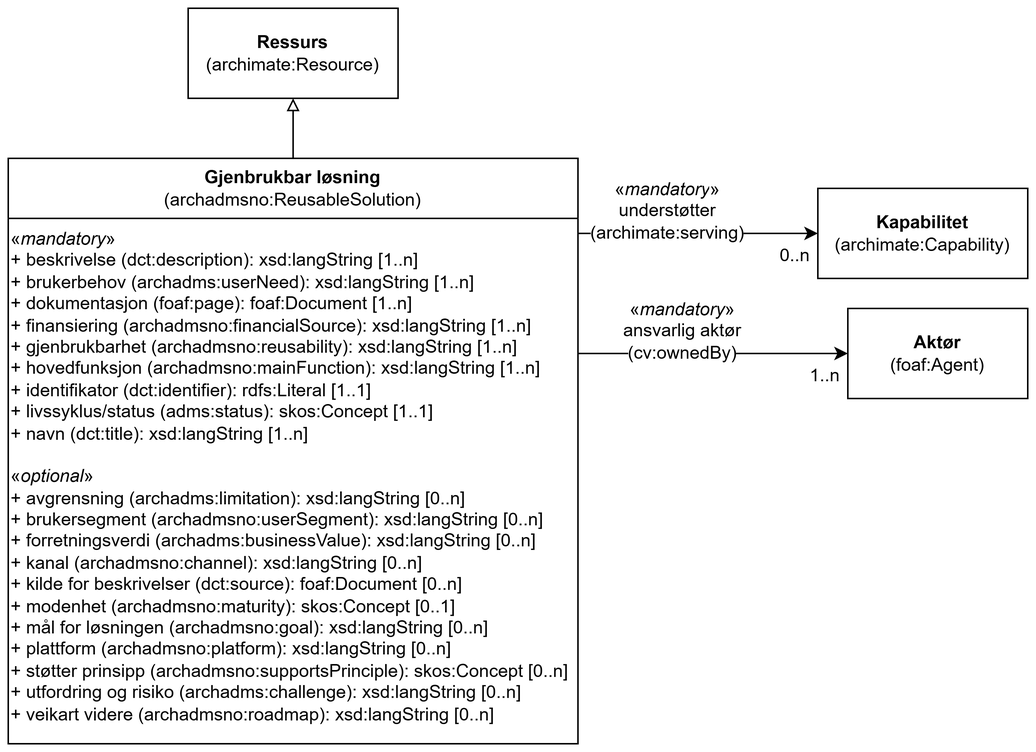
The draw.io diagram archadms-ap-no/docs/images/KlassenReusableSolution.png in jimjyang/playground, before a commit. Source tidied: cells renumbered, new cells last; positions are measured from the earlier drawing's top-left corner, leaving out a move shared by most shapes. Its diagram source:
```xml
<mxGraphModel>
  <root>
    <mxCell id="0" />
    <mxCell id="1" parent="0" />
    <mxCell id="2" value="&lt;div&gt;&lt;span style=&quot;background-color: transparent; color: light-dark(rgb(0, 0, 0), rgb(255, 255, 255));&quot;&gt;Gjenbrukbar løsning&lt;/span&gt;&lt;/div&gt;&lt;div&gt;&lt;span style=&quot;font-weight: normal; background-color: transparent; color: light-dark(rgb(0, 0, 0), rgb(255, 255, 255));&quot;&gt;(archadmsno:ReusableSolution)&lt;/span&gt;&lt;/div&gt;" style="swimlane;whiteSpace=wrap;html=1;startSize=40;" parent="1" vertex="1">
      <mxGeometry y="100" width="380" height="390" as="geometry" />
    </mxCell>
    <mxCell id="3" value="&lt;div&gt;«&lt;i&gt;mandatory&lt;/i&gt;»&lt;/div&gt;&lt;div&gt;+ beskrivelse (dct:description): &lt;span style=&quot;background-color: transparent; color: light-dark(rgb(0, 0, 0), rgb(255, 255, 255));&quot;&gt;xsd:langString [1..n]&lt;/span&gt;&lt;/div&gt;&lt;div&gt;&lt;span style=&quot;background-color: transparent; color: light-dark(rgb(0, 0, 0), rgb(255, 255, 255));&quot;&gt;+ brukerbehov (archadms:userNeed): xsd:langString [1..n]&lt;/span&gt;&lt;/div&gt;&lt;div&gt;&lt;span style=&quot;background-color: transparent; color: light-dark(rgb(0, 0, 0), rgb(255, 255, 255));&quot;&gt;+ dokumentasjon (foaf:page): foaf:Document [1..n]&lt;/span&gt;&lt;/div&gt;&lt;div&gt;&lt;span style=&quot;background-color: transparent; color: light-dark(rgb(0, 0, 0), rgb(255, 255, 255));&quot;&gt;+ finansiering (archadmsno:financialSource):&amp;nbsp;&lt;/span&gt;&lt;span style=&quot;background-color: transparent; color: light-dark(rgb(0, 0, 0), rgb(255, 255, 255));&quot;&gt;xsd:langString [1..n]&lt;/span&gt;&lt;/div&gt;&lt;div&gt;+ gjenbrukbarhet (archadmsno:reusability):&amp;nbsp;&lt;span style=&quot;background-color: transparent; color: light-dark(rgb(0, 0, 0), rgb(255, 255, 255));&quot;&gt;xsd:langString [1..n]&lt;/span&gt;&lt;/div&gt;&lt;div&gt;&lt;span style=&quot;background-color: transparent; color: light-dark(rgb(0, 0, 0), rgb(255, 255, 255));&quot;&gt;+ hovedfunksjon (archadmsno:mainFunction): xsd:langString [1..n]&lt;/span&gt;&lt;/div&gt;&lt;div&gt;+ identifikator (dct:identifier): rdfs:Literal [1..1]&lt;/div&gt;&lt;div&gt;&lt;span style=&quot;background-color: transparent; color: light-dark(rgb(0, 0, 0), rgb(255, 255, 255));&quot;&gt;+ livssyklus/status (adms:status): skos:Concept [1..1]&lt;/span&gt;&lt;/div&gt;&lt;div&gt;&lt;div&gt;&lt;div&gt;+ navn (dct:title): xsd:langString [1..n]&lt;/div&gt;&lt;div&gt;&lt;br&gt;&lt;/div&gt;&lt;/div&gt;&lt;/div&gt;&lt;div&gt;&lt;div&gt;«&lt;i&gt;optional&lt;/i&gt;»&lt;/div&gt;&lt;/div&gt;&lt;div&gt;+ avgrensning (archadms:limitation): xsd:langString [0..n]&lt;/div&gt;&lt;div&gt;+ brukersegment (archadmsno:userSegment): xsd:langString [0..n]&lt;/div&gt;&lt;div&gt;+ forretningsverdi (archadms:businessValue): xsd:langString [0..n]&lt;/div&gt;&lt;div&gt;+ kanal (archadmsno:channel):&amp;nbsp;&lt;span style=&quot;background-color: transparent; color: light-dark(rgb(0, 0, 0), rgb(255, 255, 255));&quot;&gt;xsd:langString [0..n]&lt;/span&gt;&lt;/div&gt;&lt;div&gt;&lt;span style=&quot;background-color: transparent; color: light-dark(rgb(0, 0, 0), rgb(255, 255, 255));&quot;&gt;+ kilde for beskrivelser (dct:source): foaf:Document [0..n]&lt;/span&gt;&lt;/div&gt;&lt;div&gt;&lt;div&gt;+ modenhet (archadmsno:maturity): skos:Concept [0..1]&lt;/div&gt;&lt;div&gt;+ mål for løsningen (archadmsno:goal): xsd:langString [0..n]&lt;/div&gt;&lt;/div&gt;&lt;div&gt;+ plattform (archadmsno:platform):&amp;nbsp;&lt;span style=&quot;background-color: transparent; color: light-dark(rgb(0, 0, 0), rgb(255, 255, 255));&quot;&gt;xsd:langString [0..n]&lt;/span&gt;&lt;/div&gt;&lt;div&gt;&lt;span style=&quot;background-color: transparent; color: light-dark(rgb(0, 0, 0), rgb(255, 255, 255));&quot;&gt;+ støtter prinsipp (archadmsno:supportsPrinciple): skos:Concept [0..n]&lt;/span&gt;&lt;/div&gt;&lt;div&gt;+ utfordring og risiko (archadms:challenge):&amp;nbsp;&lt;span style=&quot;background-color: transparent; color: light-dark(rgb(0, 0, 0), rgb(255, 255, 255));&quot;&gt;xsd:langString [0..n]&lt;/span&gt;&lt;/div&gt;&lt;div&gt;+ veikart videre (archadmsno:roadmap):&amp;nbsp;&lt;span style=&quot;background-color: transparent; color: light-dark(rgb(0, 0, 0), rgb(255, 255, 255));&quot;&gt;xsd:langString [0..n]&lt;/span&gt;&lt;/div&gt;" style="text;html=1;whiteSpace=wrap;strokeColor=none;fillColor=none;align=left;verticalAlign=top;rounded=0;" parent="2" vertex="1">
      <mxGeometry y="40" width="380" height="350" as="geometry" />
    </mxCell>
    <mxCell id="4" style="endArrow=block;html=1;rounded=0;entryX=0.5;entryY=1;entryDx=0;entryDy=0;exitX=0.5;exitY=0;exitDx=0;exitDy=0;endFill=0;" parent="1" edge="1" source="2" target="5">
      <mxGeometry relative="1" as="geometry" />
    </mxCell>
    <mxCell id="5" value="&lt;b&gt;Ressurs&lt;/b&gt;&lt;div&gt;(archimate:Resource)&lt;/div&gt;" style="rounded=0;whiteSpace=wrap;html=1;" parent="1" vertex="1">
      <mxGeometry x="120" width="140" height="60" as="geometry" />
    </mxCell>
    <mxCell id="6" value="&lt;b&gt;Kapabilitet&lt;/b&gt;&lt;div&gt;(archimate:Capability)&lt;/div&gt;" style="rounded=0;whiteSpace=wrap;html=1;" parent="1" vertex="1">
      <mxGeometry x="540" y="120" width="140" height="60" as="geometry" />
    </mxCell>
    <mxCell id="7" style="endArrow=classic;html=1;rounded=0;entryX=0;entryY=0.5;entryDx=0;entryDy=0;" parent="1" edge="1" target="6">
      <mxGeometry relative="1" as="geometry">
        <mxPoint x="380" y="150" as="sourcePoint" />
      </mxGeometry>
    </mxCell>
    <mxCell id="8" value="&lt;span style=&quot;background-color: light-dark(#ffffff, var(--ge-dark-color, #121212));&quot;&gt;&lt;span style=&quot;text-align: left;&quot;&gt;«&lt;/span&gt;&lt;/span&gt;&lt;i style=&quot;text-align: left;&quot;&gt;mandatory&lt;/i&gt;&lt;span style=&quot;background-color: light-dark(#ffffff, var(--ge-dark-color, #121212));&quot;&gt;&lt;span style=&quot;text-align: left;&quot;&gt;»&lt;/span&gt;&lt;/span&gt;&lt;div&gt;&lt;span style=&quot;text-align: left; background-color: light-dark(#ffffff, var(--ge-dark-color, #121212));&quot;&gt;understøtter (archimate:serving)&lt;/span&gt;&lt;/div&gt;" style="text;html=1;whiteSpace=wrap;strokeColor=none;fillColor=none;align=center;verticalAlign=middle;rounded=0;" parent="1" vertex="1">
      <mxGeometry x="400" y="120" width="80" height="30" as="geometry" />
    </mxCell>
    <mxCell id="9" value="0..n" style="text;html=1;whiteSpace=wrap;strokeColor=none;fillColor=none;align=center;verticalAlign=middle;rounded=0;" parent="1" vertex="1">
      <mxGeometry x="510" y="150" width="30" height="30" as="geometry" />
    </mxCell>
    <mxCell id="10" value="&lt;b&gt;Aktør&lt;/b&gt;&lt;div&gt;(foaf:Agent)&lt;/div&gt;" style="rounded=0;whiteSpace=wrap;html=1;" parent="1" vertex="1">
      <mxGeometry x="560" y="200" width="120" height="60" as="geometry" />
    </mxCell>
    <mxCell id="11" style="endArrow=classic;html=1;rounded=0;entryX=0;entryY=0.5;entryDx=0;entryDy=0;" parent="1" edge="1" target="10">
      <mxGeometry relative="1" as="geometry">
        <mxPoint x="380" y="230" as="sourcePoint" />
      </mxGeometry>
    </mxCell>
    <mxCell id="12" value="&lt;span style=&quot;background-color: light-dark(#ffffff, var(--ge-dark-color, #121212));&quot;&gt;&lt;span style=&quot;text-align: left;&quot;&gt;«&lt;/span&gt;&lt;i style=&quot;text-align: left;&quot;&gt;mandatory&lt;/i&gt;&lt;span style=&quot;text-align: left;&quot;&gt;»&lt;/span&gt;&lt;/span&gt;&lt;div&gt;&lt;span style=&quot;text-align: left; background-color: light-dark(#ffffff, var(--ge-dark-color, #121212));&quot;&gt;ansvarlig aktør&lt;/span&gt;&lt;/div&gt;&lt;div&gt;&lt;span style=&quot;text-align: left; background-color: light-dark(#ffffff, var(--ge-dark-color, #121212));&quot;&gt;(cv:ownedBy)&lt;/span&gt;&lt;/div&gt;" style="text;html=1;whiteSpace=wrap;strokeColor=none;fillColor=none;align=center;verticalAlign=middle;rounded=0;" parent="1" vertex="1">
      <mxGeometry x="400" y="200" width="100" height="30" as="geometry" />
    </mxCell>
    <mxCell id="13" value="1..n" style="text;html=1;whiteSpace=wrap;strokeColor=none;fillColor=none;align=center;verticalAlign=middle;rounded=0;" parent="1" vertex="1">
      <mxGeometry x="530" y="230" width="30" height="30" as="geometry" />
    </mxCell>
  </root>
</mxGraphModel>
```
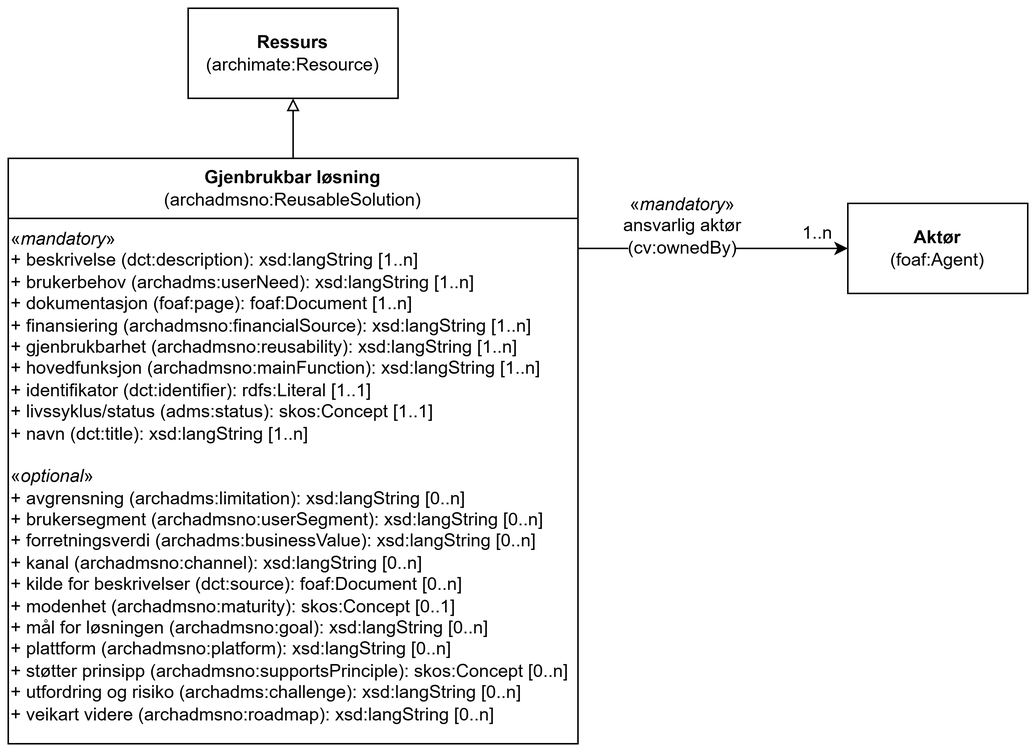
After the commit.

Commit message:
Oppdaterer tegningen for ReusableSolution

What changed in the source:
```diff
@@ -14,33 +14,19 @@
     <mxCell id="5" value="&lt;b&gt;Ressurs&lt;/b&gt;&lt;div&gt;(archimate:Resource)&lt;/div&gt;" style="rounded=0;whiteSpace=wrap;html=1;" parent="1" vertex="1">
       <mxGeometry x="120" width="140" height="60" as="geometry" />
     </mxCell>
-    <mxCell id="6" value="&lt;b&gt;Kapabilitet&lt;/b&gt;&lt;div&gt;(archimate:Capability)&lt;/div&gt;" style="rounded=0;whiteSpace=wrap;html=1;" parent="1" vertex="1">
-      <mxGeometry x="540" y="120" width="140" height="60" as="geometry" />
-    </mxCell>
-    <mxCell id="7" style="endArrow=classic;html=1;rounded=0;entryX=0;entryY=0.5;entryDx=0;entryDy=0;" parent="1" edge="1" target="6">
-      <mxGeometry relative="1" as="geometry">
-        <mxPoint x="380" y="150" as="sourcePoint" />
-      </mxGeometry>
-    </mxCell>
-    <mxCell id="8" value="&lt;span style=&quot;background-color: light-dark(#ffffff, var(--ge-dark-color, #121212));&quot;&gt;&lt;span style=&quot;text-align: left;&quot;&gt;«&lt;/span&gt;&lt;/span&gt;&lt;i style=&quot;text-align: left;&quot;&gt;mandatory&lt;/i&gt;&lt;span style=&quot;background-color: light-dark(#ffffff, var(--ge-dark-color, #121212));&quot;&gt;&lt;span style=&quot;text-align: left;&quot;&gt;»&lt;/span&gt;&lt;/span&gt;&lt;div&gt;&lt;span style=&quot;text-align: left; background-color: light-dark(#ffffff, var(--ge-dark-color, #121212));&quot;&gt;understøtter (archimate:serving)&lt;/span&gt;&lt;/div&gt;" style="text;html=1;whiteSpace=wrap;strokeColor=none;fillColor=none;align=center;verticalAlign=middle;rounded=0;" parent="1" vertex="1">
-      <mxGeometry x="400" y="120" width="80" height="30" as="geometry" />
-    </mxCell>
-    <mxCell id="9" value="0..n" style="text;html=1;whiteSpace=wrap;strokeColor=none;fillColor=none;align=center;verticalAlign=middle;rounded=0;" parent="1" vertex="1">
-      <mxGeometry x="510" y="150" width="30" height="30" as="geometry" />
-    </mxCell>
     <mxCell id="10" value="&lt;b&gt;Aktør&lt;/b&gt;&lt;div&gt;(foaf:Agent)&lt;/div&gt;" style="rounded=0;whiteSpace=wrap;html=1;" parent="1" vertex="1">
-      <mxGeometry x="560" y="200" width="120" height="60" as="geometry" />
+      <mxGeometry x="560" y="130" width="120" height="60" as="geometry" />
     </mxCell>
     <mxCell id="11" style="endArrow=classic;html=1;rounded=0;entryX=0;entryY=0.5;entryDx=0;entryDy=0;" parent="1" edge="1" target="10">
       <mxGeometry relative="1" as="geometry">
-        <mxPoint x="380" y="230" as="sourcePoint" />
+        <mxPoint x="380" y="160" as="sourcePoint" />
       </mxGeometry>
     </mxCell>
     <mxCell id="12" value="&lt;span style=&quot;background-color: light-dark(#ffffff, var(--ge-dark-color, #121212));&quot;&gt;&lt;span style=&quot;text-align: left;&quot;&gt;«&lt;/span&gt;&lt;i style=&quot;text-align: left;&quot;&gt;mandatory&lt;/i&gt;&lt;span style=&quot;text-align: left;&quot;&gt;»&lt;/span&gt;&lt;/span&gt;&lt;div&gt;&lt;span style=&quot;text-align: left; background-color: light-dark(#ffffff, var(--ge-dark-color, #121212));&quot;&gt;ansvarlig aktør&lt;/span&gt;&lt;/div&gt;&lt;div&gt;&lt;span style=&quot;text-align: left; background-color: light-dark(#ffffff, var(--ge-dark-color, #121212));&quot;&gt;(cv:ownedBy)&lt;/span&gt;&lt;/div&gt;" style="text;html=1;whiteSpace=wrap;strokeColor=none;fillColor=none;align=center;verticalAlign=middle;rounded=0;" parent="1" vertex="1">
-      <mxGeometry x="400" y="200" width="100" height="30" as="geometry" />
+      <mxGeometry x="400" y="130" width="100" height="30" as="geometry" />
     </mxCell>
     <mxCell id="13" value="1..n" style="text;html=1;whiteSpace=wrap;strokeColor=none;fillColor=none;align=center;verticalAlign=middle;rounded=0;" parent="1" vertex="1">
-      <mxGeometry x="530" y="230" width="30" height="30" as="geometry" />
+      <mxGeometry x="520" y="140" width="40" height="20" as="geometry" />
     </mxCell>
   </root>
 </mxGraphModel>
```
